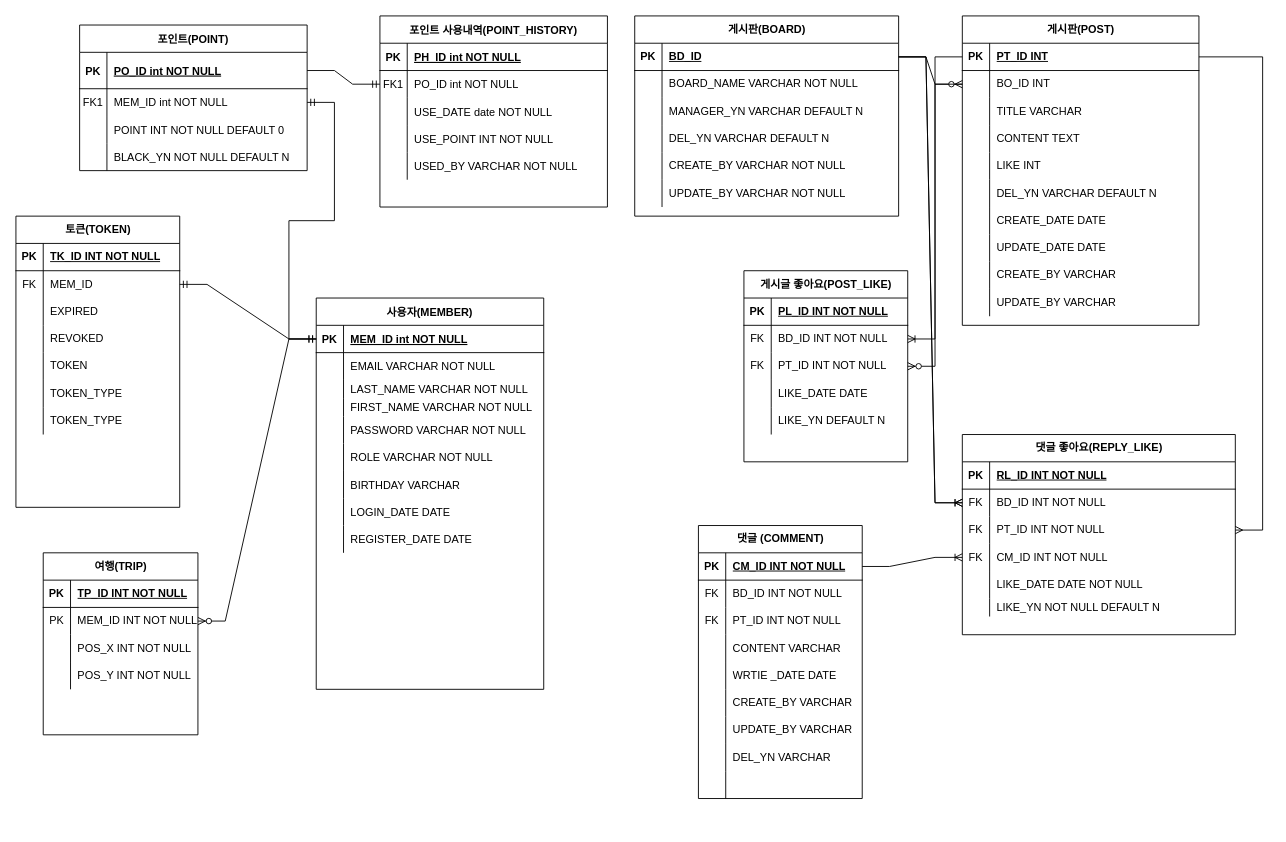
Before: docs/나들이_ERD.drawio in DongJu-Na/Nadry, a draw.io diagram. Source tidied: cells renumbered, new cells numbered last; positions are measured from the earlier drawing's top-left corner, leaving out a move shared by most shapes. Both pictures are drawn from the tidied source at 91%, with x=0, y=0 at pixel (15, 15).
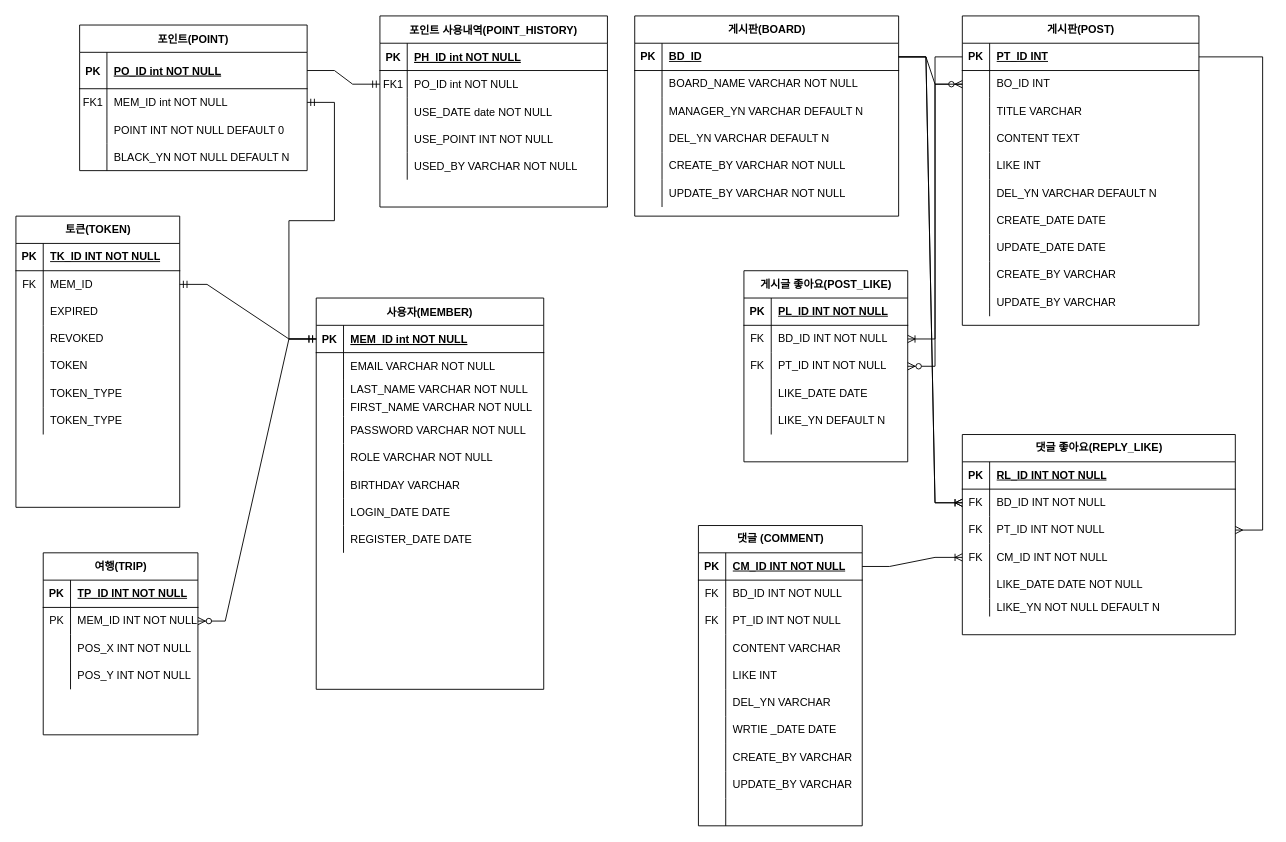
Above is the later version.

Change to the diagram source:
```diff
@@
     <mxCell id="172" value="댓글 (COMMENT)" style="shape=table;startSize=30;childLayout=tableLayout;rowLines=0;fontStyle=1;align=center;html=1;" parent="1" vertex="1">
-      <mxGeometry x="750" y="560" width="180" height="300" as="geometry" />
+      <mxGeometry x="750" y="560" width="180" height="330" as="geometry" />
     </mxCell>
@@
+    <mxCell id="218" style="shape=tableRow;horizontal=0;startSize=0;swimlaneHead=0;swimlaneBody=0;fillColor=none;top=0;left=0;right=0;bottom=0;" parent="172" vertex="1">
+      <mxGeometry y="150" width="180" height="30" as="geometry" />
+    </mxCell>
+    <mxCell id="219" style="shape=partialRectangle;fillColor=none;top=0;left=0;bottom=0;right=0;overflow=hidden;whiteSpace=wrap;html=1;" parent="218" vertex="1">
+      <mxGeometry width="30" height="30" as="geometry" />
+    </mxCell>
+    <mxCell id="220" value="LIKE INT" style="shape=partialRectangle;fillColor=none;top=0;left=0;bottom=0;right=0;align=left;spacingLeft=6;overflow=hidden;whiteSpace=wrap;html=1;" parent="218" vertex="1">
+      <mxGeometry x="30" width="150" height="30" as="geometry" />
+    </mxCell>
+    <mxCell id="194" style="shape=tableRow;horizontal=0;startSize=0;swimlaneHead=0;swimlaneBody=0;fillColor=none;top=0;left=0;right=0;bottom=0;" parent="172" vertex="1">
+      <mxGeometry y="180" width="180" height="30" as="geometry" />
+    </mxCell>
+    <mxCell id="195" style="shape=partialRectangle;fillColor=none;top=0;left=0;bottom=0;right=0;overflow=hidden;whiteSpace=wrap;html=1;" parent="194" vertex="1">
+      <mxGeometry width="30" height="30" as="geometry" />
+    </mxCell>
+    <mxCell id="196" value="DEL_YN VARCHAR" style="shape=partialRectangle;fillColor=none;top=0;left=0;bottom=0;right=0;align=left;spacingLeft=6;overflow=hidden;whiteSpace=wrap;html=1;" parent="194" vertex="1">
+      <mxGeometry x="30" width="150" height="30" as="geometry" />
+    </mxCell>
     <mxCell id="185" style="shape=tableRow;horizontal=0;startSize=0;swimlaneHead=0;swimlaneBody=0;fillColor=none;top=0;left=0;right=0;bottom=0;" parent="172" vertex="1">
-      <mxGeometry y="150" width="180" height="30" as="geometry" />
+      <mxGeometry y="210" width="180" height="30" as="geometry" />
     </mxCell>
@@
     <mxCell id="188" style="shape=tableRow;horizontal=0;startSize=0;swimlaneHead=0;swimlaneBody=0;fillColor=none;top=0;left=0;right=0;bottom=0;" parent="172" vertex="1">
-      <mxGeometry y="180" width="180" height="30" as="geometry" />
+      <mxGeometry y="240" width="180" height="30" as="geometry" />
     </mxCell>
@@
     <mxCell id="191" style="shape=tableRow;horizontal=0;startSize=0;swimlaneHead=0;swimlaneBody=0;fillColor=none;top=0;left=0;right=0;bottom=0;" parent="172" vertex="1">
-      <mxGeometry y="210" width="180" height="30" as="geometry" />
+      <mxGeometry y="270" width="180" height="30" as="geometry" />
     </mxCell>
@@
-    <mxCell id="194" style="shape=tableRow;horizontal=0;startSize=0;swimlaneHead=0;swimlaneBody=0;fillColor=none;top=0;left=0;right=0;bottom=0;" parent="172" vertex="1">
-      <mxGeometry y="240" width="180" height="30" as="geometry" />
-    </mxCell>
-    <mxCell id="195" style="shape=partialRectangle;fillColor=none;top=0;left=0;bottom=0;right=0;overflow=hidden;whiteSpace=wrap;html=1;" parent="194" vertex="1">
-      <mxGeometry width="30" height="30" as="geometry" />
-    </mxCell>
-    <mxCell id="196" value="DEL_YN VARCHAR" style="shape=partialRectangle;fillColor=none;top=0;left=0;bottom=0;right=0;align=left;spacingLeft=6;overflow=hidden;whiteSpace=wrap;html=1;" parent="194" vertex="1">
-      <mxGeometry x="30" width="150" height="30" as="geometry" />
-    </mxCell>
     <mxCell id="197" style="shape=tableRow;horizontal=0;startSize=0;swimlaneHead=0;swimlaneBody=0;fillColor=none;top=0;left=0;right=0;bottom=0;" parent="172" vertex="1">
-      <mxGeometry y="270" width="180" height="30" as="geometry" />
+      <mxGeometry y="300" width="180" height="30" as="geometry" />
     </mxCell>
```
